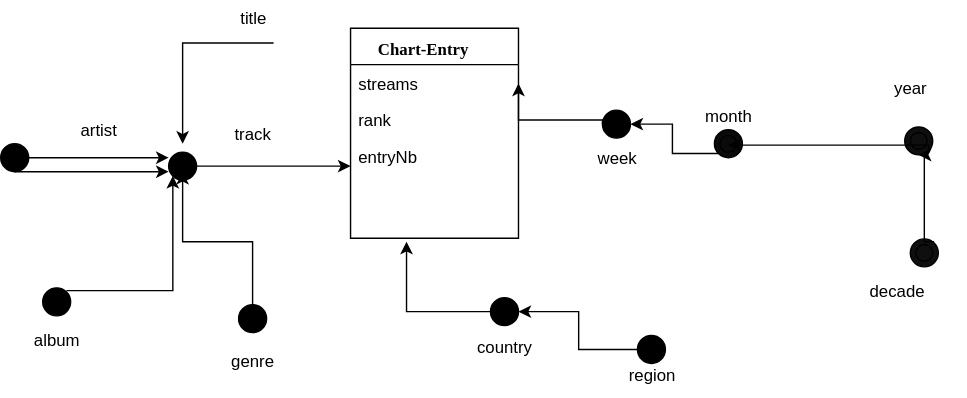
Above: figures/DF1.svg in AlexChanson/DW (draw.io), before the change. Source tidied: cells renumbered, new cells last; positions are measured from the earlier drawing's top-left corner, leaving out a move shared by most shapes.
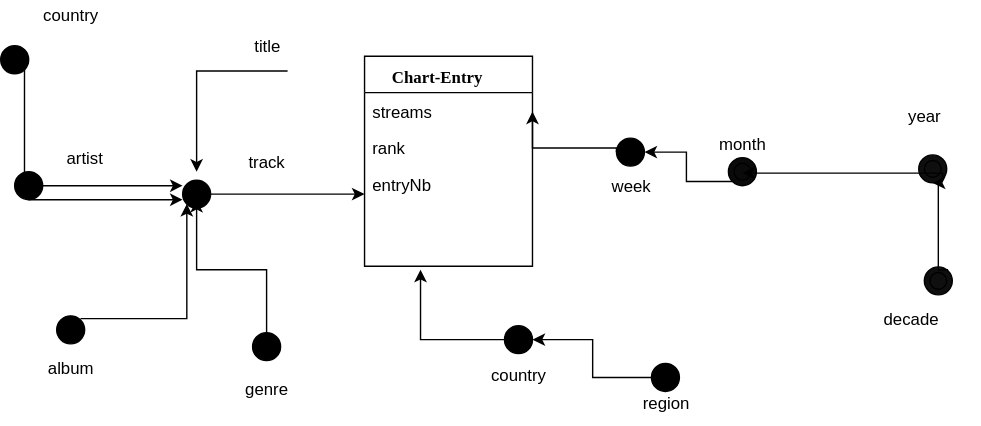
The same file after the commit.

Diff of the diagram source:
```diff
@@ -76,7 +76,7 @@
     </object>
     <object id="21" label="artist" name="Variable" placeholders="1">
       <mxCell style="text;html=1;strokeColor=none;fillColor=none;align=center;verticalAlign=middle;whiteSpace=wrap;overflow=hidden;" parent="1" vertex="1">
-        <mxGeometry x="30" y="82" width="80" height="20" as="geometry" />
+        <mxGeometry x="10" y="82" width="80" height="20" as="geometry" />
       </mxCell>
     </object>
     <object id="22" label="year" name="Variable" placeholders="1">
@@ -170,5 +170,16 @@
         </Array>
       </mxGeometry>
     </mxCell>
+    <mxCell id="40" style="ellipse;shape=doubleEllipse;whiteSpace=wrap;html=1;fillColor=#000000;" parent="1" vertex="1">
+      <mxGeometry x="-10" y="12" width="20" height="20" as="geometry" />
+    </mxCell>
+    <mxCell id="41" style="endArrow=none;html=1;entryX=1;entryY=0;" parent="1" edge="1" target="40">
+      <mxGeometry relative="1" as="geometry">
+        <mxPoint x="7" y="112" as="sourcePoint" />
+      </mxGeometry>
+    </mxCell>
+    <mxCell id="42" value="&lt;div&gt;country&lt;/div&gt;" style="text;html=1;strokeColor=none;fillColor=none;align=center;verticalAlign=middle;whiteSpace=wrap;rounded=0;" parent="1" vertex="1">
+      <mxGeometry x="20" y="-20" width="40" height="20" as="geometry" />
+    </mxCell>
   </root>
 </mxGraphModel>
```
